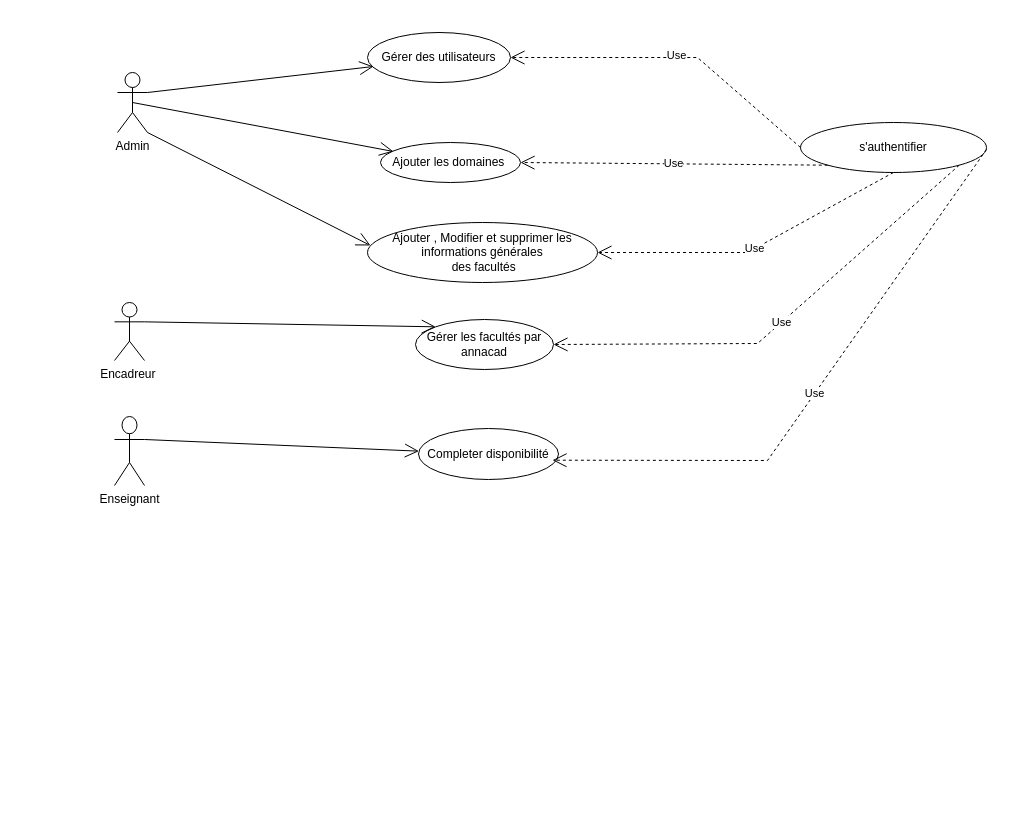
This is Diagramme CU.drawio from Njuci/HoraireFascie2023_2024, a draw.io file, before an edit. Source tidied: cells renumbered, new cells numbered last; positions are measured from the earlier drawing's top-left corner, leaving out a move shared by most shapes. Both pictures are drawn from the tidied source at 100%, with x=0, y=0 at pixel (114, 32).
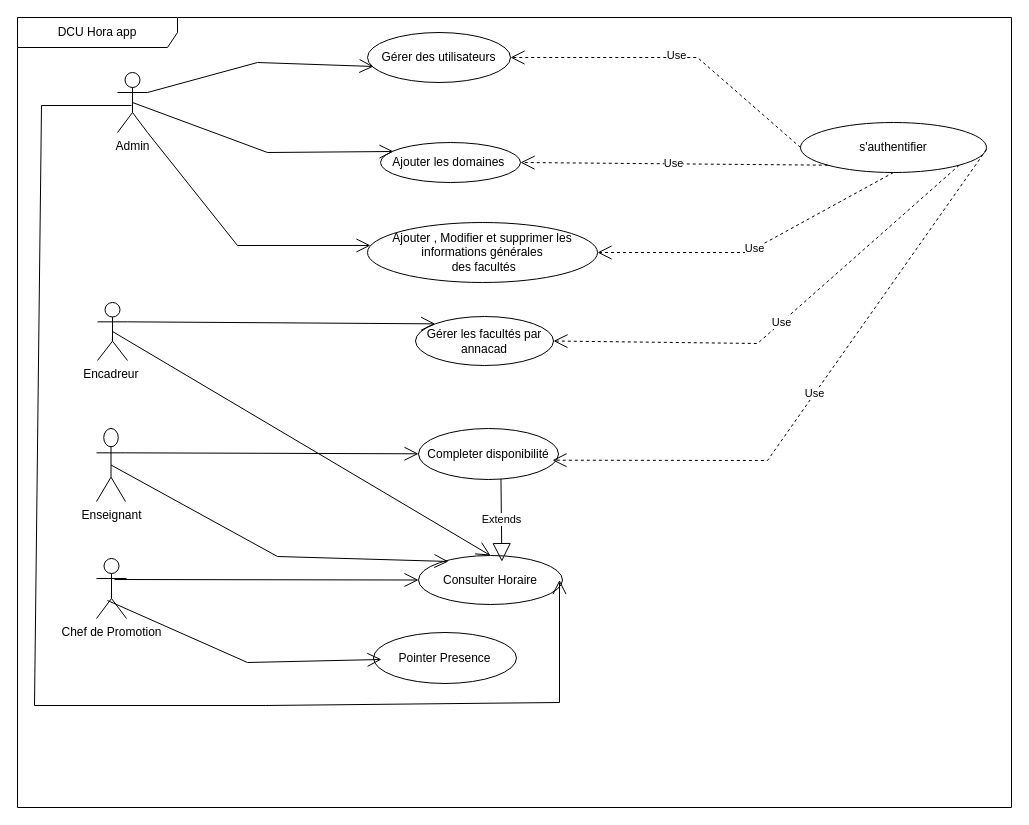
After the change.

The change refers to these unchanged cells:
```xml
<mxCell id="2" value="Gérer des utilisateurs" style="ellipse;whiteSpace=wrap;html=1;" parent="1" vertex="1">
  <mxGeometry x="253" width="143" height="50" as="geometry" />
</mxCell>
<mxCell id="5" value="Ajouter&lt;span style=&quot;background-color: initial;&quot;&gt;&amp;nbsp;les domaines&amp;nbsp;&lt;/span&gt;" style="ellipse;whiteSpace=wrap;html=1;" parent="1" vertex="1">
  <mxGeometry x="266" y="110" width="140" height="40" as="geometry" />
</mxCell>
<mxCell id="7" value="Ajouter , Modifier et supprimer les informations générales&lt;div&gt;&amp;nbsp;des facultés&lt;/div&gt;" style="ellipse;whiteSpace=wrap;html=1;" parent="1" vertex="1">
  <mxGeometry x="253" y="190" width="230" height="60" as="geometry" />
</mxCell>
<mxCell id="9" value="Admin&lt;div&gt;&lt;br&gt;&lt;/div&gt;" style="shape=umlActor;verticalLabelPosition=bottom;verticalAlign=top;html=1;" parent="1" vertex="1">
  <mxGeometry x="3" y="40" width="30" height="60" as="geometry" />
</mxCell>
<mxCell id="16" value="Completer disponibilité" style="ellipse;whiteSpace=wrap;html=1;" parent="1" vertex="1">
  <mxGeometry x="304" y="396" width="140" height="51" as="geometry" />
</mxCell>
```

What changed in the source:
```diff
@@
     <mxCell id="10" style="endArrow=open;endFill=1;endSize=12;html=1;rounded=0;exitX=1;exitY=0.3333333333333333;exitDx=0;exitDy=0;exitPerimeter=0;entryX=0.042;entryY=0.68;entryDx=0;entryDy=0;entryPerimeter=0;" parent="1" edge="1" source="9" target="2">
-      <mxGeometry relative="1" as="geometry" />
+      <mxGeometry relative="1" as="geometry">
+        <Array as="points">
+          <mxPoint x="143" y="30" />
+        </Array>
+      </mxGeometry>
     </mxCell>
     <mxCell id="11" style="endArrow=open;endFill=1;endSize=12;html=1;rounded=0;exitX=0.5;exitY=0.5;exitDx=0;exitDy=0;exitPerimeter=0;entryX=0.093;entryY=0.225;entryDx=0;entryDy=0;entryPerimeter=0;" parent="1" edge="1" source="9" target="5">
-      <mxGeometry relative="1" as="geometry" />
+      <mxGeometry relative="1" as="geometry">
+        <Array as="points">
+          <mxPoint x="153" y="120" />
+        </Array>
+      </mxGeometry>
     </mxCell>
     <mxCell id="12" style="endArrow=open;endFill=1;endSize=12;html=1;rounded=0;exitX=1;exitY=1;exitDx=0;exitDy=0;exitPerimeter=0;entryX=0.013;entryY=0.383;entryDx=0;entryDy=0;entryPerimeter=0;" parent="1" edge="1" source="9" target="7">
-      <mxGeometry relative="1" as="geometry" />
+      <mxGeometry relative="1" as="geometry">
+        <Array as="points">
+          <mxPoint x="123" y="213" />
+        </Array>
+      </mxGeometry>
     </mxCell>
     <mxCell id="13" value="Gérer les facultés par annacad" style="ellipse;whiteSpace=wrap;html=1;" parent="1" vertex="1">
-      <mxGeometry x="301" y="287" width="138" height="50" as="geometry" />
+      <mxGeometry x="301" y="284" width="138" height="49" as="geometry" />
     </mxCell>
@@
     <mxCell id="15" value="Encadreur&amp;nbsp;" style="shape=umlActor;verticalLabelPosition=bottom;verticalAlign=top;html=1;" parent="1" vertex="1">
-      <mxGeometry y="270" width="30" height="58" as="geometry" />
+      <mxGeometry x="-17" y="270" width="30" height="58" as="geometry" />
     </mxCell>
@@
     <mxCell id="19" value="Enseignant&lt;div&gt;&lt;br&gt;&lt;/div&gt;" style="shape=umlActor;verticalLabelPosition=bottom;verticalAlign=top;html=1;" parent="1" vertex="1">
-      <mxGeometry y="384" width="30" height="69" as="geometry" />
+      <mxGeometry x="-18" y="396" width="29" height="73" as="geometry" />
     </mxCell>
@@
+    <mxCell id="21" value="DCU Hora app" style="shape=umlFrame;whiteSpace=wrap;html=1;width=160;" parent="1" vertex="1">
+      <mxGeometry x="-97" y="-15" width="994" height="790" as="geometry" />
+    </mxCell>
+    <mxCell id="22" value="Consulter Horaire" style="ellipse;whiteSpace=wrap;html=1;" parent="21" vertex="1">
+      <mxGeometry x="401" y="538" width="144" height="49" as="geometry" />
+    </mxCell>
+    <mxCell id="23" value="Chef de Promotion&lt;div&gt;&lt;br&gt;&lt;/div&gt;" style="shape=umlActor;verticalLabelPosition=bottom;verticalAlign=top;html=1;" parent="21" vertex="1">
+      <mxGeometry x="79" y="541" width="30" height="60" as="geometry" />
+    </mxCell>
+    <mxCell id="24" style="endArrow=open;endFill=1;endSize=12;html=1;rounded=0;exitX=0.6;exitY=0.35;exitDx=0;exitDy=0;exitPerimeter=0;entryX=0;entryY=0.5;entryDx=0;entryDy=0;" parent="21" edge="1" source="23" target="22">
+      <mxGeometry relative="1" as="geometry" />
+    </mxCell>
+    <mxCell id="25" style="endArrow=open;endFill=1;endSize=12;html=1;rounded=0;entryX=1;entryY=0.5;entryDx=0;entryDy=0;" parent="21" edge="1">
+      <mxGeometry relative="1" as="geometry">
+        <mxPoint x="114" y="88" as="sourcePoint" />
+        <mxPoint x="542" y="562.5" as="targetPoint" />
+        <Array as="points">
+          <mxPoint x="24" y="88" />
+          <mxPoint x="17" y="688" />
+          <mxPoint x="248" y="688" />
+          <mxPoint x="542" y="685" />
+        </Array>
+      </mxGeometry>
+    </mxCell>
+    <mxCell id="26" value="Pointer Presence" style="ellipse;whiteSpace=wrap;html=1;" parent="21" vertex="1">
+      <mxGeometry x="356" y="615" width="143" height="51" as="geometry" />
+    </mxCell>
+    <mxCell id="27" style="endArrow=open;endFill=1;endSize=12;html=1;rounded=0;exitX=0.367;exitY=0.7;exitDx=0;exitDy=0;exitPerimeter=0;entryX=0.056;entryY=0.529;entryDx=0;entryDy=0;entryPerimeter=0;" parent="21" edge="1" source="23" target="26">
+      <mxGeometry relative="1" as="geometry">
+        <Array as="points">
+          <mxPoint x="230" y="645" />
+        </Array>
+      </mxGeometry>
+    </mxCell>
+    <mxCell id="28" value="Extends" style="endArrow=block;endSize=16;endFill=0;html=1;rounded=0;exitX=0.589;exitY=0.985;exitDx=0;exitDy=0;exitPerimeter=0;entryX=0.579;entryY=0.125;entryDx=0;entryDy=0;entryPerimeter=0;" parent="1" edge="1" source="16" target="22">
+      <mxGeometry relative="1" as="geometry" />
+    </mxCell>
+    <mxCell id="29" style="endArrow=open;endFill=1;endSize=12;html=1;rounded=0;exitX=0.5;exitY=0.5;exitDx=0;exitDy=0;exitPerimeter=0;entryX=0.208;entryY=0.122;entryDx=0;entryDy=0;entryPerimeter=0;" parent="1" edge="1" source="19" target="22">
+      <mxGeometry relative="1" as="geometry">
+        <Array as="points">
+          <mxPoint x="163" y="524" />
+        </Array>
+      </mxGeometry>
+    </mxCell>
+    <mxCell id="30" style="endArrow=open;endFill=1;endSize=12;html=1;rounded=0;exitX=0.5;exitY=0.5;exitDx=0;exitDy=0;exitPerimeter=0;entryX=0.5;entryY=0;entryDx=0;entryDy=0;" parent="1" edge="1" source="15" target="22">
+      <mxGeometry relative="1" as="geometry" />
+    </mxCell>
```
